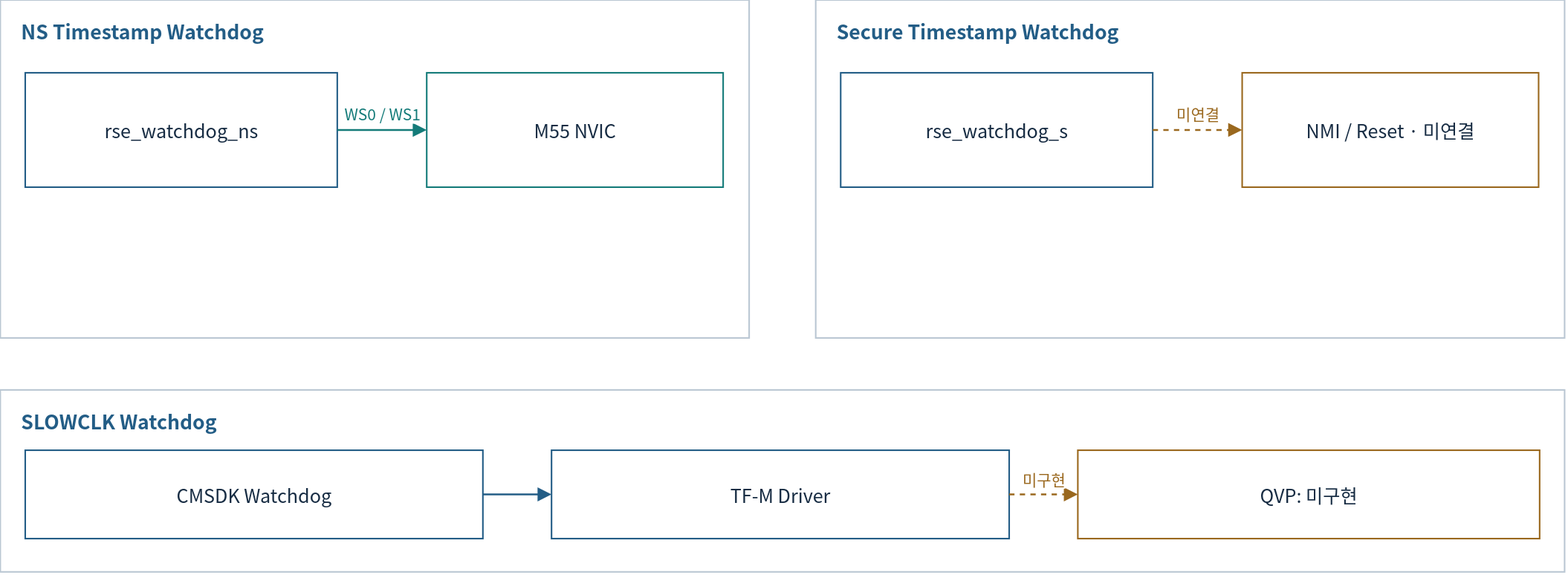
Above: doc/phase1/watchdog/diagrams/07-rse-boundaries.drawio.svg in cometzero/project-apollo (draw.io), before the change. Source tidied: cells renumbered, new cells last; positions are measured from the earlier drawing's top-left corner, leaving out a move shared by most shapes.
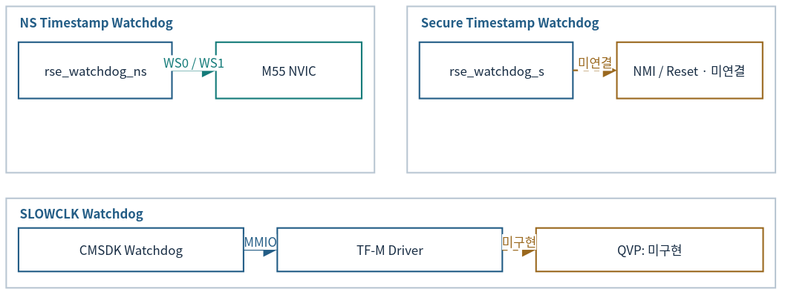
The same file after the commit.

The edit, as a diff of the source:
```diff
@@ -2,63 +2,63 @@
   <root>
     <mxCell id="0" />
     <mxCell id="1" parent="0" />
-    <mxCell id="2" style="rounded=0;whiteSpace=wrap;html=1;fillColor=#FFFFFF;strokeWidth=1.5;fontFamily=Noto Sans CJK KR;fontSize=18;spacing=12;fontColor=#172C43;strokeColor=#BAC7D3;" parent="1" vertex="1">
-      <mxGeometry width="720" height="325" as="geometry" />
+    <mxCell id="2" style="rounded=0;whiteSpace=wrap;html=1;fillColor=#FFFFFF;strokeWidth=1.5;fontFamily=Noto Sans CJK KR;fontColor=#172C43;strokeColor=#BAC7D3;fontSize=12;spacing=3;whiteSpace=wrap;" parent="1" vertex="1">
+      <mxGeometry x="-36" y="-198" width="354.3" height="159.9" as="geometry" />
     </mxCell>
-    <mxCell id="3" value="NS Timestamp Watchdog" style="rounded=0;whiteSpace=wrap;html=1;fillColor=#FFFFFF;strokeWidth=1.5;fontFamily=Noto Sans CJK KR;fontSize=18;spacing=12;fontColor=#172C43;strokeColor=none;fillColor=none;spacing=0;align=left;verticalAlign=middle;fontSize=19;fontColor=#235D86;fontStyle=1;" parent="1" vertex="1">
-      <mxGeometry x="20" y="14" width="680" height="32" as="geometry" />
+    <mxCell id="3" value="NS Timestamp Watchdog" style="rounded=0;whiteSpace=wrap;html=1;fillColor=#FFFFFF;strokeWidth=1.5;fontFamily=Noto Sans CJK KR;fontColor=#172C43;strokeColor=none;fillColor=none;align=left;verticalAlign=middle;fontColor=#235D86;fontStyle=1;fontSize=12;spacing=3;whiteSpace=wrap;" parent="1" vertex="1">
+      <mxGeometry x="-26.2" y="-191.1" width="334.6" height="15.7" as="geometry" />
     </mxCell>
-    <mxCell id="4" value="rse_watchdog_ns" style="rounded=0;whiteSpace=wrap;html=1;fillColor=#FFFFFF;strokeWidth=1.5;fontFamily=Noto Sans CJK KR;fontSize=18;spacing=12;fontColor=#172C43;strokeColor=#235D86;" parent="1" vertex="1">
-      <mxGeometry x="24" y="70" width="300" height="110" as="geometry" />
+    <mxCell id="4" value="rse_watchdog_ns" style="rounded=0;whiteSpace=wrap;html=1;fillColor=#FFFFFF;strokeWidth=1.5;fontFamily=Noto Sans CJK KR;fontColor=#172C43;strokeColor=#235D86;fontSize=12;spacing=3;whiteSpace=wrap;" parent="1" vertex="1">
+      <mxGeometry x="-24.2" y="-163.6" width="147.6" height="54.1" as="geometry" />
     </mxCell>
-    <mxCell id="5" value="M55 NVIC" style="rounded=0;whiteSpace=wrap;html=1;fillColor=#FFFFFF;strokeWidth=1.5;fontFamily=Noto Sans CJK KR;fontSize=18;spacing=12;fontColor=#172C43;strokeColor=#147B79;" parent="1" vertex="1">
-      <mxGeometry x="410" y="70" width="285" height="110" as="geometry" />
+    <mxCell id="5" value="M55 NVIC" style="rounded=0;whiteSpace=wrap;html=1;fillColor=#FFFFFF;strokeWidth=1.5;fontFamily=Noto Sans CJK KR;fontColor=#172C43;strokeColor=#147B79;fontSize=12;spacing=3;whiteSpace=wrap;" parent="1" vertex="1">
+      <mxGeometry x="165.7" y="-163.6" width="140.2" height="54.1" as="geometry" />
     </mxCell>
-    <mxCell id="6" value="WS0 / WS1" style="html=1;whiteSpace=nowrap;edgeStyle=orthogonalEdgeStyle;rounded=0;endArrow=block;endSize=9;strokeWidth=1.7;strokeColor=#147B79;fontColor=#147B79;fontFamily=Noto Sans CJK KR;fontSize=15;labelBackgroundColor=#FFFFFF;" parent="1" edge="1" source="4" target="5">
+    <mxCell id="6" value="WS0 / WS1" style="html=1;edgeStyle=orthogonalEdgeStyle;rounded=0;endArrow=block;endSize=9;strokeWidth=1.7;strokeColor=#147B79;fontColor=#147B79;fontFamily=Noto Sans CJK KR;labelBackgroundColor=#FFFFFF;fontSize=12;spacing=3;whiteSpace=nowrap;" parent="1" edge="1" source="4" target="5">
       <mxGeometry relative="1" as="geometry">
-        <mxPoint y="-16" as="offset" />
+        <mxPoint y="-7.9" as="offset" />
       </mxGeometry>
     </mxCell>
-    <mxCell id="7" style="rounded=0;whiteSpace=wrap;html=1;fillColor=#FFFFFF;strokeWidth=1.5;fontFamily=Noto Sans CJK KR;fontSize=18;spacing=12;fontColor=#172C43;strokeColor=#BAC7D3;" parent="1" vertex="1">
-      <mxGeometry x="784" width="720" height="325" as="geometry" />
+    <mxCell id="7" style="rounded=0;whiteSpace=wrap;html=1;fillColor=#FFFFFF;strokeWidth=1.5;fontFamily=Noto Sans CJK KR;fontColor=#172C43;strokeColor=#BAC7D3;fontSize=12;spacing=3;whiteSpace=wrap;" parent="1" vertex="1">
+      <mxGeometry x="349.7" y="-198" width="354.3" height="159.9" as="geometry" />
     </mxCell>
-    <mxCell id="8" value="Secure Timestamp Watchdog" style="rounded=0;whiteSpace=wrap;html=1;fillColor=#FFFFFF;strokeWidth=1.5;fontFamily=Noto Sans CJK KR;fontSize=18;spacing=12;fontColor=#172C43;strokeColor=none;fillColor=none;spacing=0;align=left;verticalAlign=middle;fontSize=19;fontColor=#235D86;fontStyle=1;" parent="1" vertex="1">
-      <mxGeometry x="804" y="14" width="680" height="32" as="geometry" />
+    <mxCell id="8" value="Secure Timestamp Watchdog" style="rounded=0;whiteSpace=wrap;html=1;fillColor=#FFFFFF;strokeWidth=1.5;fontFamily=Noto Sans CJK KR;fontColor=#172C43;strokeColor=none;fillColor=none;align=left;verticalAlign=middle;fontColor=#235D86;fontStyle=1;fontSize=12;spacing=3;whiteSpace=wrap;" parent="1" vertex="1">
+      <mxGeometry x="359.6" y="-191.1" width="334.6" height="15.7" as="geometry" />
     </mxCell>
-    <mxCell id="9" value="rse_watchdog_s" style="rounded=0;whiteSpace=wrap;html=1;fillColor=#FFFFFF;strokeWidth=1.5;fontFamily=Noto Sans CJK KR;fontSize=18;spacing=12;fontColor=#172C43;strokeColor=#235D86;" parent="1" vertex="1">
-      <mxGeometry x="808" y="70" width="300" height="110" as="geometry" />
+    <mxCell id="9" value="rse_watchdog_s" style="rounded=0;whiteSpace=wrap;html=1;fillColor=#FFFFFF;strokeWidth=1.5;fontFamily=Noto Sans CJK KR;fontColor=#172C43;strokeColor=#235D86;fontSize=12;spacing=3;whiteSpace=wrap;" parent="1" vertex="1">
+      <mxGeometry x="361.6" y="-163.6" width="147.6" height="54.1" as="geometry" />
     </mxCell>
-    <mxCell id="10" value="NMI / Reset · 미연결" style="rounded=0;whiteSpace=wrap;html=1;fillColor=#FFFFFF;strokeWidth=1.5;fontFamily=Noto Sans CJK KR;fontSize=18;spacing=12;fontColor=#172C43;strokeColor=#9A681E;" parent="1" vertex="1">
-      <mxGeometry x="1194" y="70" width="285" height="110" as="geometry" />
+    <mxCell id="10" value="NMI / Reset · 미연결" style="rounded=0;whiteSpace=wrap;html=1;fillColor=#FFFFFF;strokeWidth=1.5;fontFamily=Noto Sans CJK KR;fontColor=#172C43;strokeColor=#9A681E;fontSize=12;spacing=3;whiteSpace=wrap;" parent="1" vertex="1">
+      <mxGeometry x="551.5" y="-163.6" width="140.2" height="54.1" as="geometry" />
     </mxCell>
-    <mxCell id="11" value="미연결" style="html=1;whiteSpace=nowrap;edgeStyle=orthogonalEdgeStyle;rounded=0;endArrow=block;endSize=9;strokeWidth=1.7;strokeColor=#9A681E;fontColor=#9A681E;fontFamily=Noto Sans CJK KR;fontSize=15;labelBackgroundColor=#FFFFFF;dashed=1;" parent="1" edge="1" source="9" target="10">
+    <mxCell id="11" value="미연결" style="html=1;edgeStyle=orthogonalEdgeStyle;rounded=0;endArrow=block;endSize=9;strokeWidth=1.7;strokeColor=#9A681E;fontColor=#9A681E;fontFamily=Noto Sans CJK KR;labelBackgroundColor=#FFFFFF;dashed=1;fontSize=12;spacing=3;whiteSpace=nowrap;" parent="1" edge="1" source="9" target="10">
       <mxGeometry relative="1" as="geometry">
-        <mxPoint y="-16" as="offset" />
+        <mxPoint y="-7.9" as="offset" />
       </mxGeometry>
     </mxCell>
-    <mxCell id="12" style="rounded=0;whiteSpace=wrap;html=1;fillColor=#FFFFFF;strokeWidth=1.5;fontFamily=Noto Sans CJK KR;fontSize=18;spacing=12;fontColor=#172C43;strokeColor=#BAC7D3;" parent="1" vertex="1">
-      <mxGeometry y="375" width="1504" height="175" as="geometry" />
+    <mxCell id="12" style="rounded=0;whiteSpace=wrap;html=1;fillColor=#FFFFFF;strokeWidth=1.5;fontFamily=Noto Sans CJK KR;fontColor=#172C43;strokeColor=#BAC7D3;fontSize=12;spacing=3;whiteSpace=wrap;" parent="1" vertex="1">
+      <mxGeometry x="-36" y="-13.5" width="740" height="86.1" as="geometry" />
     </mxCell>
-    <mxCell id="13" value="SLOWCLK Watchdog" style="rounded=0;whiteSpace=wrap;html=1;fillColor=#FFFFFF;strokeWidth=1.5;fontFamily=Noto Sans CJK KR;fontSize=18;spacing=12;fontColor=#172C43;strokeColor=none;fillColor=none;spacing=0;align=left;verticalAlign=middle;fontSize=19;fontColor=#235D86;fontStyle=1;" parent="1" vertex="1">
-      <mxGeometry x="20" y="389" width="1464" height="32" as="geometry" />
+    <mxCell id="13" value="SLOWCLK Watchdog" style="rounded=0;whiteSpace=wrap;html=1;fillColor=#FFFFFF;strokeWidth=1.5;fontFamily=Noto Sans CJK KR;fontColor=#172C43;strokeColor=none;fillColor=none;align=left;verticalAlign=middle;fontColor=#235D86;fontStyle=1;fontSize=12;spacing=3;whiteSpace=wrap;" parent="1" vertex="1">
+      <mxGeometry x="-26.2" y="-6.6" width="720.3" height="15.7" as="geometry" />
     </mxCell>
-    <mxCell id="14" value="CMSDK Watchdog" style="rounded=0;whiteSpace=wrap;html=1;fillColor=#FFFFFF;strokeWidth=1.5;fontFamily=Noto Sans CJK KR;fontSize=18;spacing=12;fontColor=#172C43;strokeColor=#235D86;" parent="1" vertex="1">
-      <mxGeometry x="24" y="433" width="440" height="85" as="geometry" />
+    <mxCell id="14" value="CMSDK Watchdog" style="rounded=0;whiteSpace=wrap;html=1;fillColor=#FFFFFF;strokeWidth=1.5;fontFamily=Noto Sans CJK KR;fontColor=#172C43;strokeColor=#235D86;fontSize=12;spacing=3;whiteSpace=wrap;" parent="1" vertex="1">
+      <mxGeometry x="-24.2" y="15.1" width="216.5" height="41.8" as="geometry" />
     </mxCell>
-    <mxCell id="15" value="TF-M Driver" style="rounded=0;whiteSpace=wrap;html=1;fillColor=#FFFFFF;strokeWidth=1.5;fontFamily=Noto Sans CJK KR;fontSize=18;spacing=12;fontColor=#172C43;strokeColor=#235D86;" parent="1" vertex="1">
-      <mxGeometry x="530" y="433" width="440" height="85" as="geometry" />
+    <mxCell id="15" value="TF-M Driver" style="rounded=0;whiteSpace=wrap;html=1;fillColor=#FFFFFF;strokeWidth=1.5;fontFamily=Noto Sans CJK KR;fontColor=#172C43;strokeColor=#235D86;fontSize=12;spacing=3;whiteSpace=wrap;" parent="1" vertex="1">
+      <mxGeometry x="224.8" y="15.1" width="216.5" height="41.8" as="geometry" />
     </mxCell>
-    <mxCell id="16" value="QVP: 미구현" style="rounded=0;whiteSpace=wrap;html=1;fillColor=#FFFFFF;strokeWidth=1.5;fontFamily=Noto Sans CJK KR;fontSize=18;spacing=12;fontColor=#172C43;strokeColor=#9A681E;" parent="1" vertex="1">
-      <mxGeometry x="1036" y="433" width="444" height="85" as="geometry" />
+    <mxCell id="16" value="QVP: 미구현" style="rounded=0;whiteSpace=wrap;html=1;fillColor=#FFFFFF;strokeWidth=1.5;fontFamily=Noto Sans CJK KR;fontColor=#172C43;strokeColor=#9A681E;fontSize=12;spacing=3;whiteSpace=wrap;" parent="1" vertex="1">
+      <mxGeometry x="473.7" y="15.1" width="218.5" height="41.8" as="geometry" />
     </mxCell>
-    <mxCell id="17" style="html=1;whiteSpace=nowrap;edgeStyle=orthogonalEdgeStyle;rounded=0;endArrow=block;endSize=9;strokeWidth=1.7;strokeColor=#235D86;fontColor=#235D86;fontFamily=Noto Sans CJK KR;fontSize=15;labelBackgroundColor=#FFFFFF;" parent="1" edge="1" source="14" target="15">
+    <mxCell id="17" value="MMIO" style="html=1;edgeStyle=orthogonalEdgeStyle;rounded=0;endArrow=block;endSize=9;strokeWidth=1.7;strokeColor=#235D86;fontColor=#235D86;fontFamily=Noto Sans CJK KR;labelBackgroundColor=#FFFFFF;fontSize=12;spacing=3;whiteSpace=nowrap;" parent="1" edge="1" source="14" target="15">
       <mxGeometry relative="1" as="geometry">
-        <mxPoint y="-16" as="offset" />
+        <mxPoint y="-7.9" as="offset" />
       </mxGeometry>
     </mxCell>
-    <mxCell id="18" value="미구현" style="html=1;whiteSpace=nowrap;edgeStyle=orthogonalEdgeStyle;rounded=0;endArrow=block;endSize=9;strokeWidth=1.7;strokeColor=#9A681E;fontColor=#9A681E;fontFamily=Noto Sans CJK KR;fontSize=15;labelBackgroundColor=#FFFFFF;dashed=1;" parent="1" edge="1" source="15" target="16">
+    <mxCell id="18" value="미구현" style="html=1;edgeStyle=orthogonalEdgeStyle;rounded=0;endArrow=block;endSize=9;strokeWidth=1.7;strokeColor=#9A681E;fontColor=#9A681E;fontFamily=Noto Sans CJK KR;labelBackgroundColor=#FFFFFF;dashed=1;fontSize=12;spacing=3;whiteSpace=nowrap;" parent="1" edge="1" source="15" target="16">
       <mxGeometry relative="1" as="geometry">
-        <mxPoint y="-16" as="offset" />
+        <mxPoint y="-7.9" as="offset" />
       </mxGeometry>
     </mxCell>
   </root>
```
